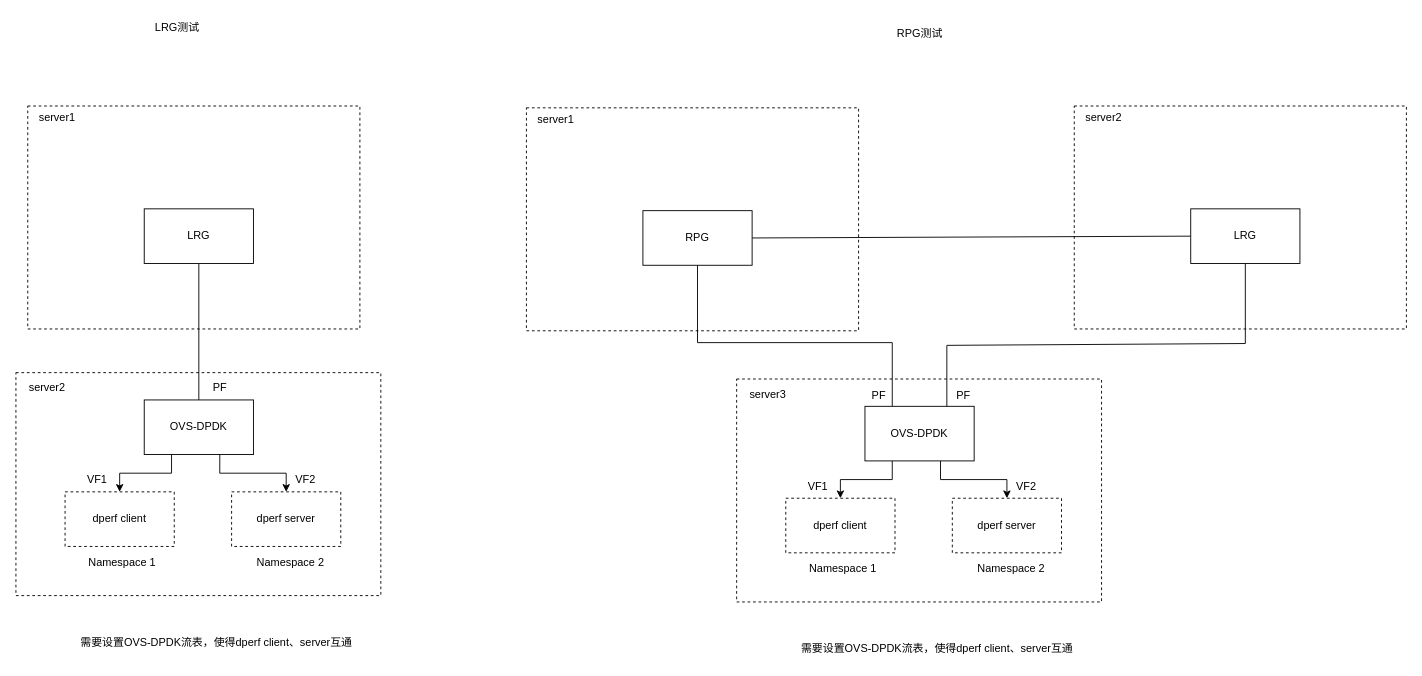
Earlier version of the draw.io diagram page "ovs dpdk业务测试" (8 of 8) of dpdk.drawio (imoceanking/drawio). Source tidied: cells renumbered, new cells numbered last; positions are measured from the earlier drawing's top-left corner, leaving out a move shared by most shapes. Both pictures are drawn from the tidied source at 91%, with x=0, y=0 at pixel (15, 15).
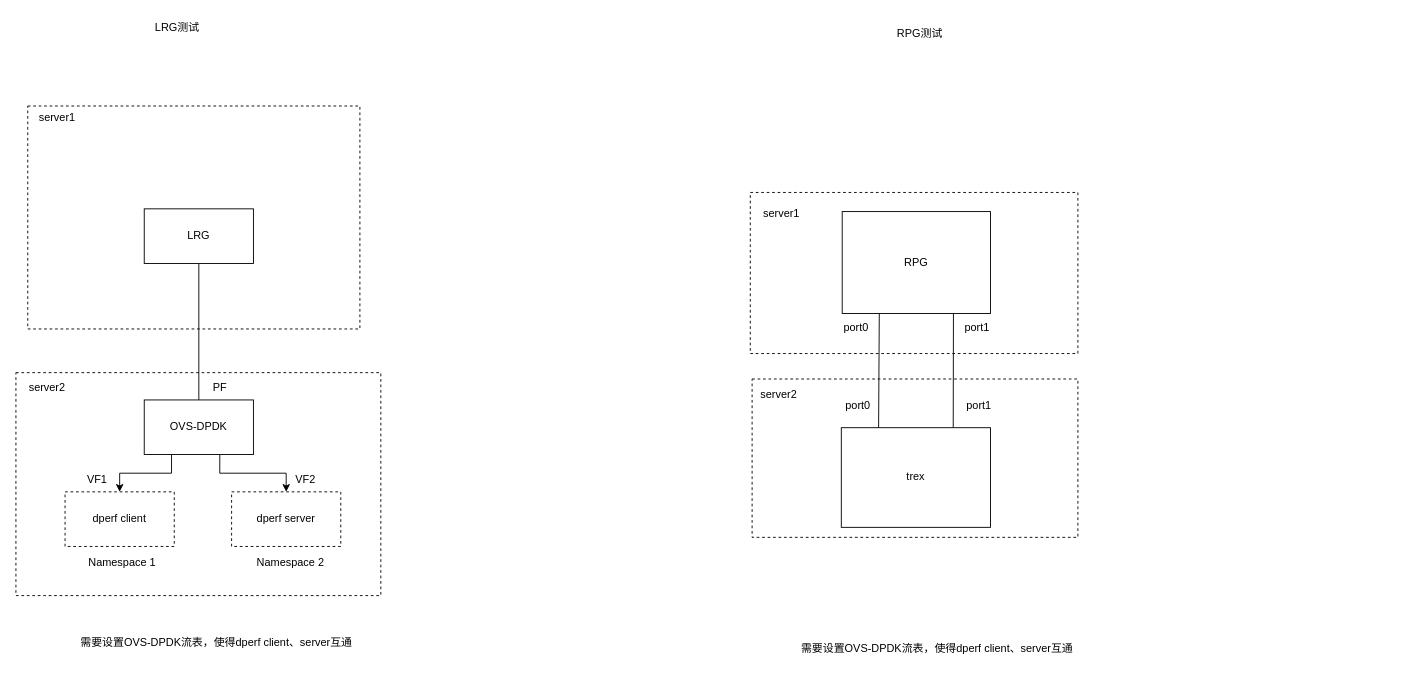
The same page after the edit.

Change to the diagram source:
```diff
@@
     <mxCell id="20" style="rounded=0;whiteSpace=wrap;html=1;dashed=1;" parent="1" vertex="1">
-      <mxGeometry x="792" y="399" width="401" height="245" as="geometry" />
+      <mxGeometry x="809" y="399" width="358" height="174" as="geometry" />
     </mxCell>
     <mxCell id="21" style="rounded=0;whiteSpace=wrap;html=1;dashed=1;" parent="1" vertex="1">
-      <mxGeometry x="561" y="101" width="365" height="245" as="geometry" />
+      <mxGeometry x="807" y="194" width="360" height="177" as="geometry" />
     </mxCell>
     <mxCell id="22" value="server1" style="text;html=1;align=center;verticalAlign=middle;strokeColor=none;fillColor=none;" parent="1" vertex="1">
-      <mxGeometry x="564" y="101" width="58" height="26" as="geometry" />
+      <mxGeometry x="812" y="204" width="58" height="26" as="geometry" />
     </mxCell>
-    <mxCell id="23" style="edgeStyle=orthogonalEdgeStyle;rounded=0;jettySize=auto;html=1;endArrow=none;endFill=0;entryX=0.25;entryY=0;entryDx=0;entryDy=0;exitX=0.5;exitY=1;exitDx=0;exitDy=0;" parent="1" edge="1" source="24" target="27">
-      <mxGeometry relative="1" as="geometry">
-        <Array as="points">
-          <mxPoint x="749" y="359" />
-          <mxPoint x="963" y="359" />
-        </Array>
-      </mxGeometry>
-    </mxCell>
     <mxCell id="24" value="RPG" style="rounded=0;whiteSpace=wrap;html=1;" parent="1" vertex="1">
-      <mxGeometry x="689" y="214" width="120" height="60" as="geometry" />
+      <mxGeometry x="908" y="215" width="163" height="112" as="geometry" />
     </mxCell>
-    <mxCell id="25" style="edgeStyle=orthogonalEdgeStyle;rounded=0;jettySize=auto;html=1;exitX=0.25;exitY=1;exitDx=0;exitDy=0;" parent="1" edge="1" source="27" target="29">
-      <mxGeometry relative="1" as="geometry" />
-    </mxCell>
-    <mxCell id="26" style="edgeStyle=orthogonalEdgeStyle;rounded=0;jettySize=auto;html=1;exitX=0.692;exitY=1;exitDx=0;exitDy=0;exitPerimeter=0;" parent="1" edge="1" source="27" target="30">
-      <mxGeometry relative="1" as="geometry" />
-    </mxCell>
-    <mxCell id="27" value="OVS-DPDK" style="whiteSpace=wrap;html=1;rounded=0;" parent="1" vertex="1">
-      <mxGeometry x="933" y="429" width="120" height="60" as="geometry" />
-    </mxCell>
-    <mxCell id="28" value="server3" style="text;html=1;align=center;verticalAlign=middle;strokeColor=none;fillColor=none;" parent="1" vertex="1">
-      <mxGeometry x="797" y="403" width="58" height="26" as="geometry" />
+    <mxCell id="28" value="server2" style="text;html=1;align=center;verticalAlign=middle;strokeColor=none;fillColor=none;" parent="1" vertex="1">
+      <mxGeometry x="809" y="403" width="58" height="26" as="geometry" />
     </mxCell>
-    <mxCell id="29" value="dperf client" style="whiteSpace=wrap;html=1;rounded=0;dashed=1;" parent="1" vertex="1">
-      <mxGeometry x="846" y="530" width="120" height="60" as="geometry" />
-    </mxCell>
-    <mxCell id="30" value="dperf server" style="whiteSpace=wrap;html=1;rounded=0;dashed=1;" parent="1" vertex="1">
-      <mxGeometry x="1029" y="530" width="120" height="60" as="geometry" />
-    </mxCell>
-    <mxCell id="31" value="Namespace 1" style="text;html=1;align=center;verticalAlign=middle;whiteSpace=wrap;rounded=0;" parent="1" vertex="1">
-      <mxGeometry x="852" y="593" width="114" height="30" as="geometry" />
-    </mxCell>
-    <mxCell id="32" value="Namespace 2" style="text;html=1;align=center;verticalAlign=middle;whiteSpace=wrap;rounded=0;" parent="1" vertex="1">
-      <mxGeometry x="1037" y="593" width="114" height="30" as="geometry" />
-    </mxCell>
@@
-    <mxCell id="34" value="PF" style="text;html=1;align=center;verticalAlign=middle;strokeColor=none;fillColor=none;" parent="1" vertex="1">
-      <mxGeometry x="931" y="405" width="33" height="26" as="geometry" />
-    </mxCell>
-    <mxCell id="35" value="VF1" style="text;html=1;align=center;verticalAlign=middle;strokeColor=none;fillColor=none;" parent="1" vertex="1">
-      <mxGeometry x="861" y="504" width="40" height="26" as="geometry" />
-    </mxCell>
-    <mxCell id="36" value="VF2" style="text;html=1;align=center;verticalAlign=middle;strokeColor=none;fillColor=none;" parent="1" vertex="1">
-      <mxGeometry x="1090" y="504" width="40" height="26" as="geometry" />
-    </mxCell>
@@
-    <mxCell id="38" style="rounded=0;whiteSpace=wrap;html=1;dashed=1;" parent="1" vertex="1">
-      <mxGeometry x="1163" y="99" width="365" height="245" as="geometry" />
-    </mxCell>
-    <mxCell id="39" value="server2" style="text;html=1;align=center;verticalAlign=middle;strokeColor=none;fillColor=none;" parent="1" vertex="1">
-      <mxGeometry x="1166" y="99" width="58" height="26" as="geometry" />
-    </mxCell>
-    <mxCell id="40" value="LRG" style="rounded=0;whiteSpace=wrap;html=1;" parent="1" vertex="1">
-      <mxGeometry x="1291" y="212" width="120" height="60" as="geometry" />
-    </mxCell>
-    <mxCell id="41" style="endArrow=none;html=1;rounded=0;entryX=0;entryY=0.5;entryDx=0;entryDy=0;exitX=1;exitY=0.5;exitDx=0;exitDy=0;" parent="1" edge="1" source="24" target="40">
-      <mxGeometry relative="1" as="geometry" />
-    </mxCell>
-    <mxCell id="42" style="endArrow=none;html=1;rounded=0;entryX=0.5;entryY=1;entryDx=0;entryDy=0;exitX=0.75;exitY=0;exitDx=0;exitDy=0;" parent="1" edge="1" source="27" target="40">
-      <mxGeometry relative="1" as="geometry">
-        <Array as="points">
-          <mxPoint x="1023" y="362" />
-          <mxPoint x="1351" y="360" />
-        </Array>
-      </mxGeometry>
-    </mxCell>
-    <mxCell id="43" value="PF" style="text;html=1;align=center;verticalAlign=middle;strokeColor=none;fillColor=none;" parent="1" vertex="1">
-      <mxGeometry x="1024" y="405" width="33" height="26" as="geometry" />
-    </mxCell>
+    <mxCell id="44" value="trex" style="rounded=0;whiteSpace=wrap;html=1;" parent="1" vertex="1">
+      <mxGeometry x="907" y="452.5" width="164" height="109.5" as="geometry" />
+    </mxCell>
+    <mxCell id="45" style="endArrow=none;html=1;rounded=0;entryX=0.25;entryY=1;entryDx=0;entryDy=0;exitX=0.25;exitY=0;exitDx=0;exitDy=0;" parent="1" edge="1" source="44" target="24">
+      <mxGeometry relative="1" as="geometry" />
+    </mxCell>
+    <mxCell id="46" style="endArrow=none;html=1;rounded=0;entryX=0.75;entryY=1;entryDx=0;entryDy=0;exitX=0.75;exitY=0;exitDx=0;exitDy=0;" parent="1" edge="1" source="44" target="24">
+      <mxGeometry relative="1" as="geometry" />
+    </mxCell>
+    <mxCell id="47" value="port0" style="text;html=1;align=center;verticalAlign=middle;strokeColor=none;fillColor=none;" parent="1" vertex="1">
+      <mxGeometry x="900" y="330" width="45" height="26" as="geometry" />
+    </mxCell>
+    <mxCell id="48" value="port1" style="text;html=1;align=center;verticalAlign=middle;strokeColor=none;fillColor=none;" parent="1" vertex="1">
+      <mxGeometry x="1033" y="330" width="45" height="26" as="geometry" />
+    </mxCell>
+    <mxCell id="49" value="port0" style="text;html=1;align=center;verticalAlign=middle;strokeColor=none;fillColor=none;" parent="1" vertex="1">
+      <mxGeometry x="902" y="415" width="45" height="26" as="geometry" />
+    </mxCell>
+    <mxCell id="50" value="port1" style="text;html=1;align=center;verticalAlign=middle;strokeColor=none;fillColor=none;" parent="1" vertex="1">
+      <mxGeometry x="1035" y="415" width="45" height="26" as="geometry" />
+    </mxCell>
```
